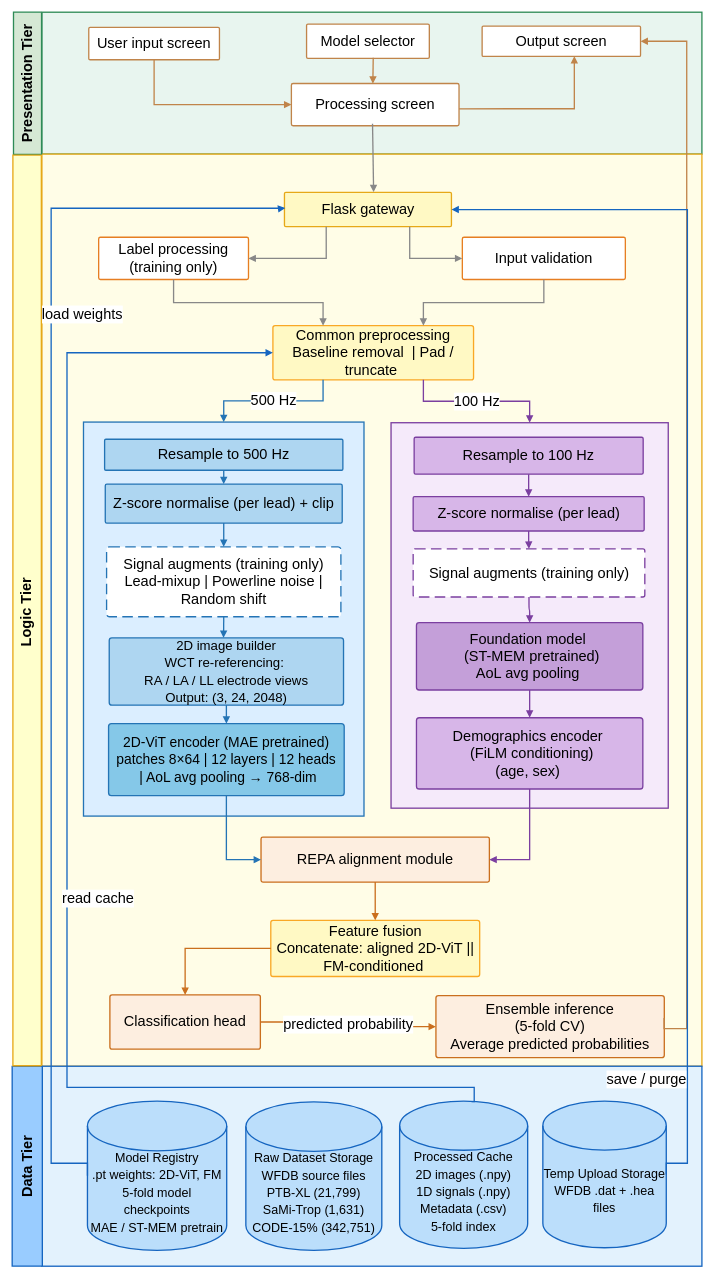
This is Final Diagrams/ChagaSight_Architecture_Thesis.drawio from SanuthMandepa/ChagaSight, a draw.io file, before an edit. Source tidied: cells renumbered, new cells numbered last; positions are measured from the earlier drawing's top-left corner, leaving out a move shared by most shapes. Both pictures are drawn from the tidied source at 66%, with x=0, y=0 at pixel (-428, 12).
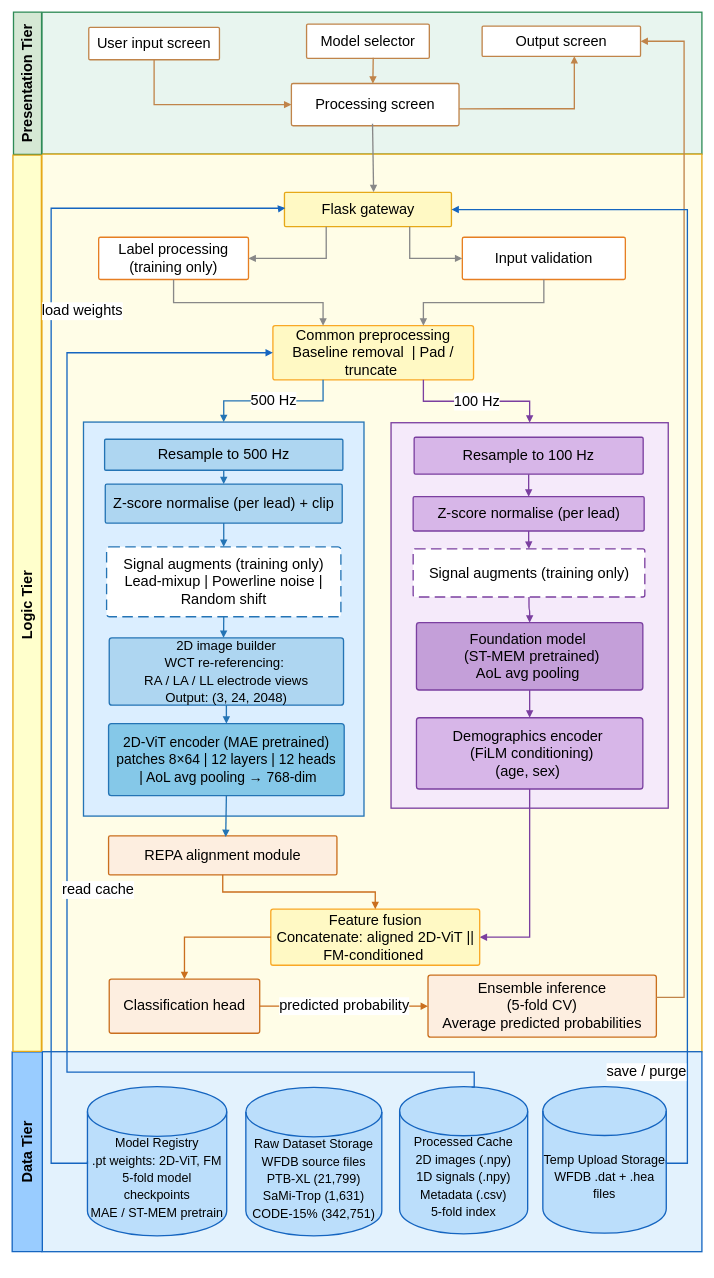
After the change.

The change refers to these unchanged cells:
```xml
<mxCell id="5" value="&lt;span&gt;Output screen&lt;/span&gt;&lt;font&gt;&lt;br&gt;&lt;/font&gt;" style="rounded=1;arcSize=4;whiteSpace=wrap;html=1;fillColor=#ffffff;strokeColor=#c0844a;strokeWidth=2;fontStyle=0;fontSize=22;fontColor=light-dark(#000000,#000000);align=center;verticalAlign=middle;" parent="1" vertex="1">
  <mxGeometry x="1379" y="21" width="240" height="46" as="geometry" />
</mxCell>
<mxCell id="17" value="&lt;span&gt;Common preprocessing&lt;/span&gt;&lt;font&gt;&lt;br&gt;Baseline removal&amp;nbsp; | Pad / truncate&amp;nbsp;&lt;/font&gt;" style="rounded=1;arcSize=4;whiteSpace=wrap;html=1;fillColor=#fff9c4;strokeColor=#f9a825;strokeWidth=2;fontStyle=0;fontSize=22;fontColor=light-dark(#000000,#000000);align=center;verticalAlign=middle;" parent="1" vertex="1">
  <mxGeometry x="1062" y="475" width="304" height="82" as="geometry" />
</mxCell>
<mxCell id="28" value="&lt;font style=&quot;font-size: 21px;&quot;&gt;2D-ViT encoder  (MAE pretrained)&lt;font style=&quot;&quot;&gt;&lt;br&gt;patches 8×64 | 12 layers | 12 heads&lt;br&gt;&amp;nbsp;| AoL avg pooling → 768-dim&lt;/font&gt;&lt;/font&gt;" style="rounded=1;arcSize=4;whiteSpace=wrap;html=1;fillColor=#85c8e8;strokeColor=#2474b5;strokeWidth=2;fontStyle=0;fontSize=22;fontColor=light-dark(#000000,#000000);align=center;verticalAlign=middle;" parent="1" vertex="1">
  <mxGeometry x="813" y="1078" width="357" height="109" as="geometry" />
</mxCell>
<mxCell id="37" value="&lt;span&gt;Demographics encoder&amp;nbsp;&lt;/span&gt;&lt;div&gt;&lt;span&gt;&amp;nbsp;(FiLM conditioning)&lt;/span&gt;&lt;font&gt;&lt;br&gt;(age, sex)&amp;nbsp;&lt;br&gt;&lt;/font&gt;&lt;/div&gt;" style="rounded=1;arcSize=4;whiteSpace=wrap;html=1;fillColor=#d7b6e8;strokeColor=#7b3fa0;strokeWidth=2;fontStyle=0;fontSize=22;fontColor=light-dark(#000000,#000000);align=center;verticalAlign=middle;" parent="1" vertex="1">
  <mxGeometry x="1279.5" y="1069" width="343" height="108" as="geometry" />
</mxCell>
```

Diff of the diagram source:
```diff
@@
     <mxCell id="10" style="rounded=0;arcSize=4;whiteSpace=wrap;html=1;fillColor=#fffde7;strokeColor=#e6a817;strokeWidth=2;fontStyle=0;fontSize=22;fontColor=light-dark(#000000,#000000);align=center;verticalAlign=middle;" parent="1" vertex="1">
-      <mxGeometry x="712" y="215" width="1000" height="1382" as="geometry" />
+      <mxGeometry x="712" y="215" width="1000" height="1360" as="geometry" />
     </mxCell>
@@
     <mxCell id="42" value="&lt;span&gt;REPA alignment module&lt;/span&gt;&lt;font&gt;&lt;br&gt;&lt;/font&gt;" style="rounded=1;arcSize=4;whiteSpace=wrap;html=1;fillColor=#fdeee0;strokeColor=#ca6f1e;strokeWidth=2;fontStyle=0;fontSize=22;fontColor=light-dark(#000000,#000000);align=center;verticalAlign=middle;" parent="1" vertex="1">
-      <mxGeometry x="1044" y="1250" width="346" height="68" as="geometry" />
+      <mxGeometry x="813" y="1248" width="346" height="59" as="geometry" />
     </mxCell>
-    <mxCell id="43" style="html=1;exitX=0.5;exitY=1;exitDx=0;exitDy=0;entryX=0;entryY=0.5;entryDx=0;entryDy=0;strokeColor=#2474b5;strokeWidth=2;endArrow=block;endFill=1;fontSize=22;edgeStyle=orthogonalEdgeStyle;rounded=0;curved=0;fontStyle=0;fontColor=light-dark(#000000,#000000);" parent="1" edge="1" source="28" target="42">
+    <mxCell id="43" style="html=1;exitX=0.5;exitY=1;exitDx=0;exitDy=0;entryX=0.513;entryY=0.029;entryDx=0;entryDy=0;strokeColor=#2474b5;strokeWidth=2;endArrow=block;endFill=1;fontSize=22;rounded=0;fontStyle=0;fontColor=light-dark(#000000,#000000);entryPerimeter=0;" parent="1" edge="1" source="28" target="42">
       <mxGeometry relative="1" as="geometry" />
     </mxCell>
-    <mxCell id="44" style="edgeStyle=orthogonalEdgeStyle;html=1;exitX=0.5;exitY=1;exitDx=0;exitDy=0;entryX=1;entryY=0.5;entryDx=0;entryDy=0;strokeColor=#7b3fa0;strokeWidth=2;endArrow=block;endFill=1;fontSize=22;rounded=0;curved=0;fontStyle=0;fontColor=light-dark(#000000,#000000);" parent="1" edge="1" source="37" target="42">
+    <mxCell id="44" style="edgeStyle=orthogonalEdgeStyle;html=1;exitX=0.5;exitY=1;exitDx=0;exitDy=0;entryX=1;entryY=0.5;entryDx=0;entryDy=0;strokeColor=#7b3fa0;strokeWidth=2;endArrow=block;endFill=1;fontSize=22;rounded=0;curved=0;fontStyle=0;fontColor=light-dark(#000000,#000000);" parent="1" edge="1" source="37" target="45">
       <mxGeometry relative="1" as="geometry" />
     </mxCell>
     <mxCell id="45" value="&lt;span&gt;Feature fusion&lt;/span&gt;&lt;font&gt;&lt;br&gt;Concatenate: aligned 2D-ViT || FM-conditioned&amp;nbsp;&lt;/font&gt;" style="rounded=1;arcSize=4;whiteSpace=wrap;html=1;fillColor=#fff9c4;strokeColor=#f9a825;strokeWidth=2;fontStyle=0;fontSize=22;fontColor=light-dark(#000000,#000000);align=center;verticalAlign=middle;" parent="1" vertex="1">
-      <mxGeometry x="1058.8" y="1376" width="316.5" height="85" as="geometry" />
+      <mxGeometry x="1058.8" y="1359" width="316.5" height="85" as="geometry" />
     </mxCell>
-    <mxCell id="46" style="edgeStyle=orthogonalEdgeStyle;html=1;exitX=0.5;exitY=1;exitDx=0;exitDy=0;entryX=0.5;entryY=0;entryDx=0;entryDy=0;strokeColor=#ca6f1e;strokeWidth=2;endArrow=block;endFill=1;fontSize=22;fontStyle=0;fontColor=light-dark(#000000,#000000);" parent="1" edge="1" source="42" target="45">
+    <mxCell id="46" style="edgeStyle=orthogonalEdgeStyle;html=1;exitX=0.5;exitY=1;exitDx=0;exitDy=0;entryX=0.5;entryY=0;entryDx=0;entryDy=0;strokeColor=#ca6f1e;strokeWidth=2;endArrow=block;endFill=1;fontSize=22;fontStyle=0;fontColor=light-dark(#000000,#000000);rounded=0;curved=0;" parent="1" edge="1" source="42" target="45">
       <mxGeometry relative="1" as="geometry" />
     </mxCell>
     <mxCell id="47" value="&lt;span&gt;Classification head&lt;/span&gt;&lt;font&gt;&lt;br&gt;&lt;/font&gt;" style="rounded=1;arcSize=4;whiteSpace=wrap;html=1;fillColor=#fdeee0;strokeColor=#ca6f1e;strokeWidth=2;fontStyle=0;fontSize=22;fontColor=light-dark(#000000,#000000);align=center;verticalAlign=middle;" parent="1" vertex="1">
-      <mxGeometry x="815" y="1489" width="228" height="82" as="geometry" />
+      <mxGeometry x="814" y="1465" width="228" height="82" as="geometry" />
     </mxCell>
     <mxCell id="48" value="&lt;span&gt;Ensemble inference&lt;/span&gt;&lt;font&gt;&lt;br&gt;(5-fold CV)&lt;br&gt;Average predicted probabilities&lt;br&gt;&lt;/font&gt;" style="rounded=1;arcSize=4;whiteSpace=wrap;html=1;fillColor=#fdeee0;strokeColor=#ca6f1e;strokeWidth=2;fontStyle=0;fontSize=22;fontColor=light-dark(#000000,#000000);align=center;verticalAlign=middle;" parent="1" vertex="1">
-      <mxGeometry x="1309" y="1490" width="346" height="94" as="geometry" />
+      <mxGeometry x="1297" y="1459" width="346" height="94" as="geometry" />
     </mxCell>
@@
-    <mxCell id="51" style="edgeStyle=orthogonalEdgeStyle;html=1;exitX=0.999;exitY=0.359;exitDx=0;exitDy=0;strokeColor=#c0844a;strokeWidth=2;endArrow=block;endFill=1;fontSize=22;rounded=0;curved=0;entryX=1;entryY=0.5;entryDx=0;entryDy=0;fontStyle=0;fontColor=light-dark(#000000,#000000);exitPerimeter=0;" parent="1" edge="1" source="48" target="5">
+    <mxCell id="51" style="edgeStyle=orthogonalEdgeStyle;html=1;exitX=0.999;exitY=0.359;exitDx=0;exitDy=0;strokeColor=#c0844a;strokeWidth=2;endArrow=block;endFill=1;fontSize=22;rounded=0;entryX=1;entryY=0.5;entryDx=0;entryDy=0;fontStyle=0;fontColor=light-dark(#000000,#000000);exitPerimeter=0;" parent="1" edge="1" source="48" target="5">
       <mxGeometry relative="1" as="geometry">
         <Array as="points">
-          <mxPoint x="1655" y="1540" />
-          <mxPoint x="1689" y="1540" />
-          <mxPoint x="1689" y="44" />
+          <mxPoint x="1685" y="1493" />
+          <mxPoint x="1685" y="44" />
         </Array>
       </mxGeometry>
     </mxCell>
     <mxCell id="52" style="rounded=0;arcSize=4;whiteSpace=wrap;html=1;fillColor=#e3f2fd;strokeColor=#1565c0;strokeWidth=2;fontStyle=0;fontSize=22;fontColor=light-dark(#000000,#000000);align=center;verticalAlign=middle;" parent="1" vertex="1">
-      <mxGeometry x="712" y="1597" width="1000" height="303" as="geometry" />
+      <mxGeometry x="712" y="1575" width="1000" height="303" as="geometry" />
     </mxCell>
     <mxCell id="53" value="&lt;div&gt;&lt;span&gt;&lt;font style=&quot;font-size: 19px;&quot;&gt;&lt;br&gt;&lt;/font&gt;&lt;/span&gt;&lt;/div&gt;&lt;span&gt;&lt;font style=&quot;font-size: 19px;&quot;&gt;&lt;div&gt;&lt;span&gt;&lt;br&gt;&lt;/span&gt;&lt;/div&gt;Model Registry&lt;/font&gt;&lt;/span&gt;&lt;font&gt;&lt;font style=&quot;font-size: 19px;&quot;&gt;&lt;br&gt;.pt weights: 2D-ViT, FM&lt;br&gt;5-fold model checkpoints&lt;br&gt;MAE / ST-MEM pretrain&lt;/font&gt;&lt;br&gt;&lt;/font&gt;" style="shape=mxgraph.flowchart.database;whiteSpace=wrap;html=1;fillColor=#bbdefb;strokeColor=#1565c0;strokeWidth=2;fontStyle=0;fontSize=22;fontColor=light-dark(#000000,#000000);align=center;verticalAlign=middle;" parent="1" vertex="1">
-      <mxGeometry x="781" y="1650" width="211" height="226" as="geometry" />
+      <mxGeometry x="781" y="1628" width="211" height="226" as="geometry" />
     </mxCell>
     <mxCell id="54" value="&lt;div&gt;&lt;span&gt;&lt;font style=&quot;font-size: 19px;&quot;&gt;&lt;br&gt;&lt;/font&gt;&lt;/span&gt;&lt;/div&gt;&lt;font style=&quot;font-size: 19px;&quot;&gt;&lt;div style=&quot;&quot;&gt;&lt;span&gt;&lt;br&gt;&lt;/span&gt;&lt;/div&gt;Raw Dataset Storage&lt;font style=&quot;&quot;&gt;&lt;br&gt;WFDB source files&lt;br&gt;PTB-XL (21,799)&lt;br&gt;SaMi-Trop (1,631)&lt;br&gt;CODE-15% (342,751)&lt;/font&gt;&lt;/font&gt;" style="shape=mxgraph.flowchart.database;whiteSpace=wrap;html=1;fillColor=#bbdefb;strokeColor=#1565c0;strokeWidth=2;fontStyle=0;fontSize=22;fontColor=light-dark(#000000,#000000);align=center;verticalAlign=middle;" parent="1" vertex="1">
-      <mxGeometry x="1021" y="1651" width="206" height="225" as="geometry" />
+      <mxGeometry x="1021" y="1629" width="206" height="225" as="geometry" />
     </mxCell>
     <mxCell id="55" value="&lt;div&gt;&lt;span&gt;&lt;font style=&quot;font-size: 19px;&quot;&gt;&lt;br&gt;&lt;/font&gt;&lt;/span&gt;&lt;/div&gt;&lt;font style=&quot;font-size: 19px;&quot;&gt;&lt;div style=&quot;&quot;&gt;&lt;span&gt;&lt;br&gt;&lt;/span&gt;&lt;/div&gt;Processed Cache&lt;font style=&quot;&quot;&gt;&lt;br&gt;2D images (.npy)&lt;br&gt;1D signals (.npy)&lt;br&gt;Metadata (.csv)&lt;br&gt;5-fold index&lt;/font&gt;&lt;/font&gt;" style="shape=mxgraph.flowchart.database;whiteSpace=wrap;html=1;fillColor=#bbdefb;strokeColor=#1565c0;strokeWidth=2;fontStyle=0;fontSize=22;fontColor=light-dark(#000000,#000000);align=center;verticalAlign=middle;" parent="1" vertex="1">
-      <mxGeometry x="1254" y="1650" width="194" height="223" as="geometry" />
+      <mxGeometry x="1254" y="1628" width="194" height="223" as="geometry" />
     </mxCell>
     <mxCell id="56" value="&lt;div&gt;&lt;span&gt;&lt;font style=&quot;font-size: 19px;&quot;&gt;&lt;br&gt;&lt;/font&gt;&lt;/span&gt;&lt;/div&gt;&lt;span&gt;&lt;font style=&quot;font-size: 19px;&quot;&gt;&lt;div&gt;&lt;span&gt;&lt;br&gt;&lt;/span&gt;&lt;/div&gt;Temp Upload Storage&lt;/font&gt;&lt;/span&gt;&lt;font&gt;&lt;font style=&quot;font-size: 19px;&quot;&gt;&lt;br&gt;WFDB .dat + .hea files&lt;/font&gt;&lt;br&gt;&lt;/font&gt;" style="shape=mxgraph.flowchart.database;whiteSpace=wrap;html=1;fillColor=#bbdefb;strokeColor=#1565c0;strokeWidth=2;fontStyle=0;fontSize=22;fontColor=light-dark(#000000,#000000);align=center;verticalAlign=middle;" parent="1" vertex="1">
-      <mxGeometry x="1471" y="1650" width="187" height="222" as="geometry" />
+      <mxGeometry x="1471" y="1628" width="187" height="222" as="geometry" />
     </mxCell>
@@
     <mxCell id="58" value="read cache" style="edgeStyle=orthogonalEdgeStyle;html=1;exitX=0.562;exitY=0.003;exitDx=0;exitDy=0;entryX=0;entryY=0.5;entryDx=0;entryDy=0;strokeColor=#1565c0;strokeWidth=2;endArrow=block;endFill=1;fontSize=22;exitPerimeter=0;rounded=0;curved=0;fontStyle=0;fontColor=light-dark(#000000,#000000);" parent="1" edge="1" source="55" target="17">
       <mxGeometry x="-0.1" y="-47" relative="1" as="geometry">
         <Array as="points">
           <mxPoint x="1367" y="1629" />
-          <mxPoint x="750" y="1629" />
+          <mxPoint x="1367" y="1606" />
+          <mxPoint x="750" y="1606" />
           <mxPoint x="750" y="516" />
         </Array>
         <mxPoint y="1" as="offset" />
       </mxGeometry>
     </mxCell>
@@
     <mxCell id="60" value="&lt;font&gt;Data Tier&lt;/font&gt;" style="swimlane;whiteSpace=wrap;html=1;rounded=1;shadow=0;strokeWidth=2;startSize=60;fillColor=#99CCFF;strokeColor=#1565C0;arcSize=0;rotation=-90;fontSize=22;fontStyle=1;fontColor=light-dark(#000000,#000000);" parent="1" vertex="1">
-      <mxGeometry x="538.4" y="1725.7" width="302.8" height="45.7" as="geometry" />
+      <mxGeometry x="538.4" y="1703.7" width="302.8" height="45.7" as="geometry" />
     </mxCell>
@@
     <mxCell id="62" value="&lt;font style=&quot;&quot;&gt;Logic Tier&amp;nbsp;&lt;/font&gt;" style="swimlane;whiteSpace=wrap;html=1;rounded=1;shadow=0;strokeWidth=2;startSize=60;fillColor=#FFFFCC;strokeColor=#E6A817;arcSize=0;rotation=-90;fontSize=22;fontStyle=1;fontColor=light-dark(#000000,#000000);" parent="1" vertex="1">
-      <mxGeometry x="-0.2" y="884.9" width="1379.6" height="43.1" as="geometry" />
+      <mxGeometry x="10.7" y="874" width="1357.9" height="43.1" as="geometry" />
     </mxCell>
     <mxCell id="63" style="rounded=0;orthogonalLoop=1;jettySize=auto;html=1;strokeWidth=2;exitX=0;exitY=0.5;exitDx=0;exitDy=0;entryX=0;entryY=0.5;entryDx=0;entryDy=0;edgeStyle=orthogonalEdgeStyle;fontSize=17;" parent="62" edge="1">
       <mxGeometry relative="1" as="geometry">
-        <mxPoint x="825.8" y="-779.4" as="sourcePoint" />
+        <mxPoint x="814.8" y="-790.4" as="sourcePoint" />
       </mxGeometry>
     </mxCell>
```
